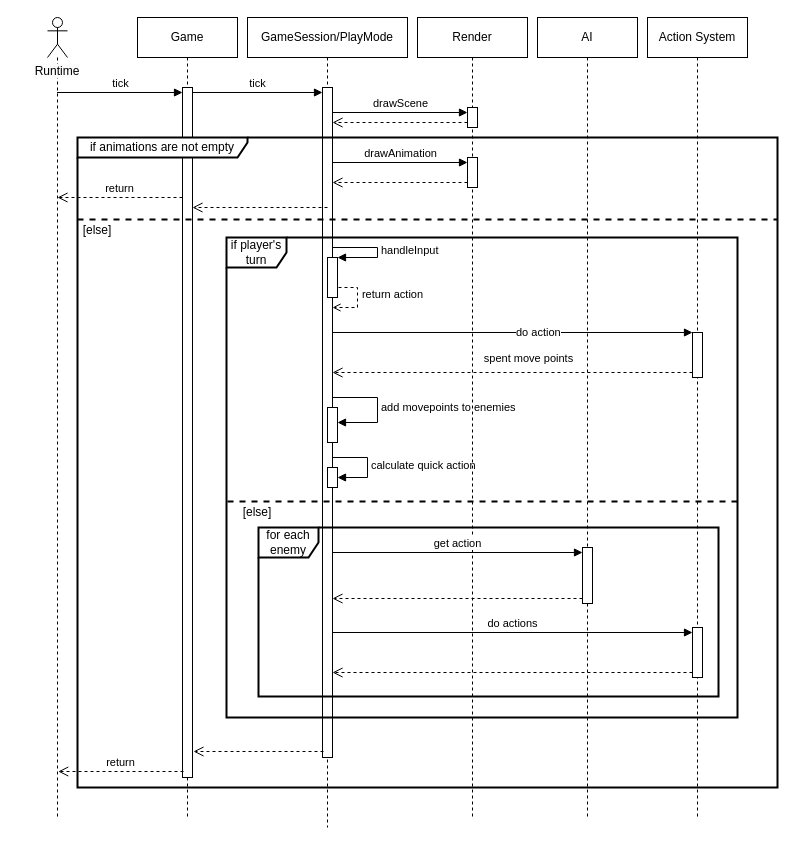
Earlier version of the draw.io diagram page "PlayMode tick" (3 of 4) of docs/schemas.drawio (vladimir-popov/forgotten_catacombs). Source tidied: cells renumbered, new cells numbered last; positions are measured from the earlier drawing's top-left corner, leaving out a move shared by most shapes. Both pictures are drawn from the tidied source at 100%, with x=0, y=0 at pixel (17, 17).
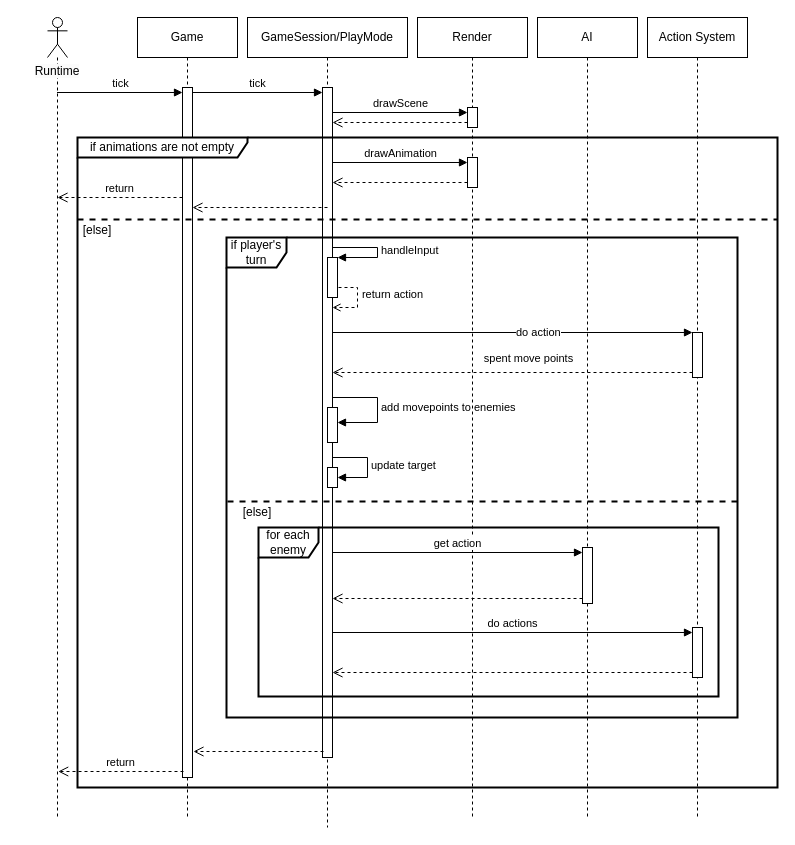
The same diagram, later.

The change refers to these unchanged cells:
```xml
<mxCell id="6" value="GameSession/PlayMode" style="shape=umlLifeline;perimeter=lifelinePerimeter;whiteSpace=wrap;html=1;newEdgeStyle={&quot;curved&quot;:0,&quot;rounded&quot;:0};" parent="1" vertex="1">
  <mxGeometry x="230" width="160" height="810" as="geometry" />
</mxCell>
<mxCell id="9" style="html=1;points=[[0,0,0,0,5],[0,1,0,0,-5],[1,0,0,0,5],[1,1,0,0,-5]];perimeter=orthogonalPerimeter;outlineConnect=0;targetShapes=umlLifeline;portConstraint=eastwest;newEdgeStyle={&quot;curved&quot;:0,&quot;rounded&quot;:0};" parent="6" vertex="1">
  <mxGeometry x="80" y="450" width="10" height="20" as="geometry" />
</mxCell>
```

Change to the diagram source:
```diff
@@
-    <mxCell id="8" value="calculate quick action" style="html=1;align=left;spacingLeft=2;endArrow=block;rounded=0;edgeStyle=orthogonalEdgeStyle;curved=0;rounded=0;" parent="6" edge="1" target="9">
+    <mxCell id="8" value="update target" style="html=1;align=left;spacingLeft=2;endArrow=block;rounded=0;edgeStyle=orthogonalEdgeStyle;curved=0;rounded=0;" parent="6" edge="1" target="9">
       <mxGeometry relative="1" as="geometry">
         <mxPoint x="85" y="440" as="sourcePoint" />
         <Array as="points">
           <mxPoint x="120" y="440" />
           <mxPoint x="120" y="460" />
         </Array>
       </mxGeometry>
     </mxCell>
```
